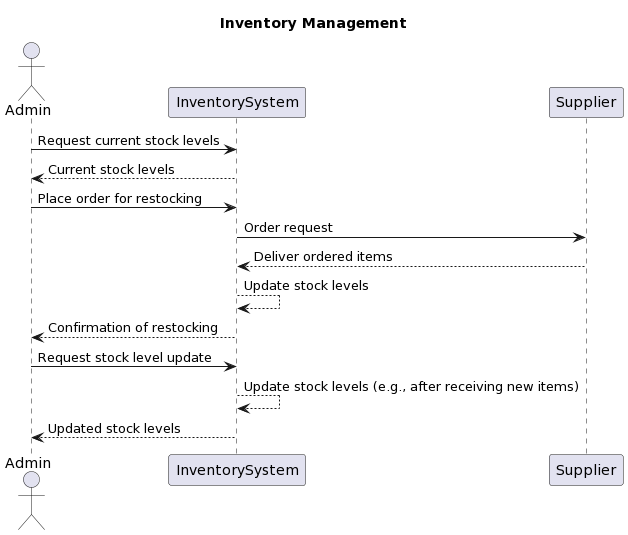
This is Lab 1.2/Sequence Diagram/Inventory Management/Inventory  Management.png from VietQuoc29/SE357-Pratice-class, a PlantUML export, as it was before one commit.
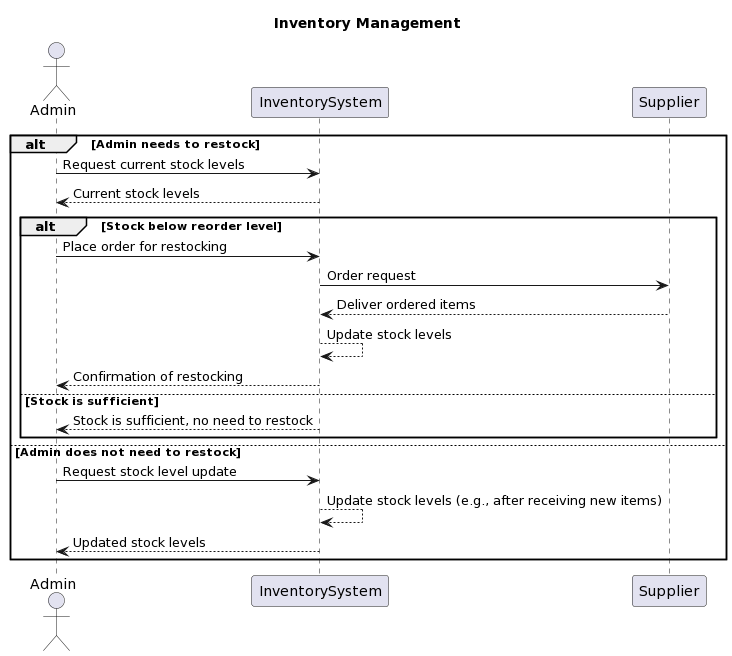
The same diagram one commit later.

Change to the diagram source:
```diff
@@ -5,16 +5,22 @@
 participant InventorySystem
 participant Supplier
 
-Admin-> InventorySystem: Request current stock levels
-InventorySystem --> Admin: Current stock levels
+alt Admin needs to restock
+    Admin-> InventorySystem: Request current stock levels
+    InventorySystem --> Admin: Current stock levels
 
-Admin-> InventorySystem: Place order for restocking
-InventorySystem -> Supplier: Order request
-Supplier --> InventorySystem: Deliver ordered items
-InventorySystem --> InventorySystem: Update stock levels
-InventorySystem --> Admin: Confirmation of restocking
-
-Admin-> InventorySystem: Request stock level update
-InventorySystem --> InventorySystem: Update stock levels (e.g., after receiving new items)
-InventorySystem --> Admin: Updated stock levels
+    alt Stock below reorder level
+        Admin -> InventorySystem: Place order for restocking
+        InventorySystem -> Supplier: Order request
+        Supplier --> InventorySystem: Deliver ordered items
+        InventorySystem --> InventorySystem: Update stock levels
+        InventorySystem --> Admin: Confirmation of restocking
+    else Stock is sufficient
+        InventorySystem --> Admin: Stock is sufficient, no need to restock
+    end
+else Admin does not need to restock
+    Admin-> InventorySystem: Request stock level update
+    InventorySystem --> InventorySystem: Update stock levels (e.g., after receiving new items)
+    InventorySystem --> Admin: Updated stock levels
+end
 @enduml
```
